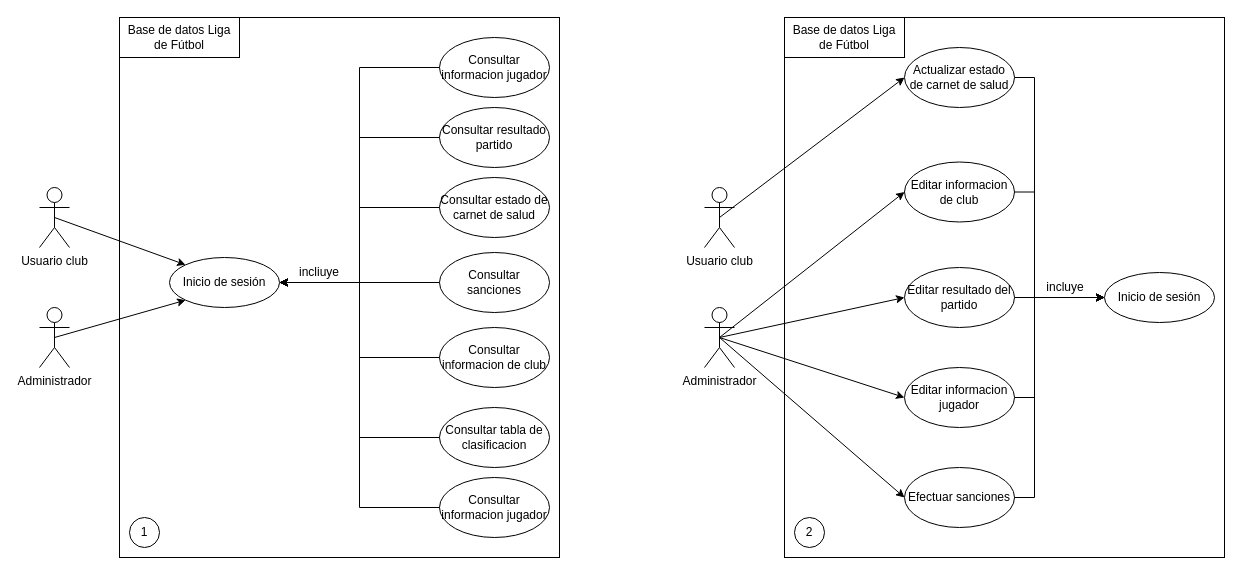
N1koqz/ANS-Solutions keeps this draw.io diagram as Sitio web/Casos de uso.drawio. Above is the earlier version. Source tidied: cells renumbered, new cells numbered last; positions are measured from the earlier drawing's top-left corner, leaving out a move shared by most shapes. Both pictures are drawn from the tidied source at 100%, with x=0, y=0 at pixel (39, 17).
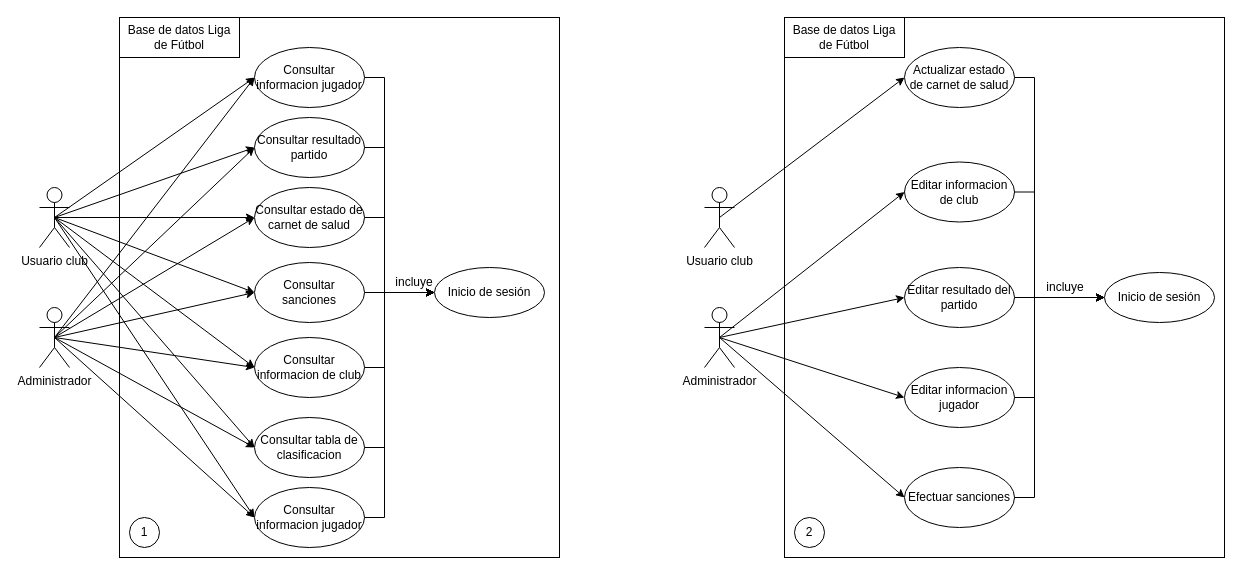
The same diagram, later.

The change refers to these unchanged cells:
```xml
<mxCell id="4" value="Usuario club" style="shape=umlActor;verticalLabelPosition=bottom;verticalAlign=top;html=1;outlineConnect=0;" parent="1" vertex="1">
  <mxGeometry y="170" width="30" height="60" as="geometry" />
</mxCell>
<mxCell id="6" value="Administrador" style="shape=umlActor;verticalLabelPosition=bottom;verticalAlign=top;html=1;outlineConnect=0;" parent="1" vertex="1">
  <mxGeometry y="290" width="30" height="60" as="geometry" />
</mxCell>
```

Change to the diagram source:
```diff
@@
-    <mxCell id="3" style="rounded=0;jettySize=auto;html=1;exitX=0.5;exitY=0.5;exitDx=0;exitDy=0;exitPerimeter=0;entryX=0;entryY=0;entryDx=0;entryDy=0;" parent="1" edge="1" source="4" target="7">
-      <mxGeometry relative="1" as="geometry" />
-    </mxCell>
+    <mxCell id="47" style="rounded=0;jettySize=auto;html=1;exitX=0.5;exitY=0.5;exitDx=0;exitDy=0;exitPerimeter=0;entryX=0;entryY=0.5;entryDx=0;entryDy=0;" parent="1" edge="1" source="4" target="11">
+      <mxGeometry relative="1" as="geometry" />
+    </mxCell>
+    <mxCell id="48" style="rounded=0;jettySize=auto;html=1;exitX=0.5;exitY=0.5;exitDx=0;exitDy=0;exitPerimeter=0;entryX=0;entryY=0.5;entryDx=0;entryDy=0;" parent="1" edge="1" source="4" target="21">
+      <mxGeometry relative="1" as="geometry" />
+    </mxCell>
+    <mxCell id="49" style="rounded=0;jettySize=auto;html=1;exitX=0.5;exitY=0.5;exitDx=0;exitDy=0;exitPerimeter=0;entryX=0;entryY=0.5;entryDx=0;entryDy=0;" parent="1" edge="1" source="4" target="17">
+      <mxGeometry relative="1" as="geometry" />
+    </mxCell>
+    <mxCell id="50" style="rounded=0;jettySize=auto;html=1;exitX=0.5;exitY=0.5;exitDx=0;exitDy=0;exitPerimeter=0;entryX=0;entryY=0.5;entryDx=0;entryDy=0;" parent="1" edge="1" source="4" target="15">
+      <mxGeometry relative="1" as="geometry" />
+    </mxCell>
+    <mxCell id="51" style="rounded=0;jettySize=auto;html=1;exitX=0.5;exitY=0.5;exitDx=0;exitDy=0;exitPerimeter=0;entryX=0;entryY=0.5;entryDx=0;entryDy=0;" parent="1" edge="1" source="4" target="9">
+      <mxGeometry relative="1" as="geometry" />
+    </mxCell>
+    <mxCell id="52" style="rounded=0;jettySize=auto;html=1;exitX=0.5;exitY=0.5;exitDx=0;exitDy=0;exitPerimeter=0;entryX=0;entryY=0.5;entryDx=0;entryDy=0;" parent="1" edge="1" source="4" target="19">
+      <mxGeometry relative="1" as="geometry" />
+    </mxCell>
+    <mxCell id="53" style="rounded=0;jettySize=auto;html=1;exitX=0.5;exitY=0.5;exitDx=0;exitDy=0;exitPerimeter=0;entryX=0;entryY=0.5;entryDx=0;entryDy=0;" parent="1" edge="1" source="4" target="13">
+      <mxGeometry relative="1" as="geometry" />
+    </mxCell>
@@
-    <mxCell id="5" style="rounded=0;jettySize=auto;html=1;exitX=0.5;exitY=0.5;exitDx=0;exitDy=0;exitPerimeter=0;entryX=0;entryY=1;entryDx=0;entryDy=0;" parent="1" edge="1" source="6" target="7">
-      <mxGeometry relative="1" as="geometry" />
-    </mxCell>
+    <mxCell id="54" style="rounded=0;jettySize=auto;html=1;exitX=0.5;exitY=0.5;exitDx=0;exitDy=0;exitPerimeter=0;entryX=0;entryY=0.5;entryDx=0;entryDy=0;" parent="1" edge="1" source="6" target="11">
+      <mxGeometry relative="1" as="geometry" />
+    </mxCell>
+    <mxCell id="55" style="rounded=0;jettySize=auto;html=1;exitX=0.5;exitY=0.5;exitDx=0;exitDy=0;exitPerimeter=0;entryX=0;entryY=0.5;entryDx=0;entryDy=0;" parent="1" edge="1" source="6" target="21">
+      <mxGeometry relative="1" as="geometry" />
+    </mxCell>
+    <mxCell id="56" style="rounded=0;jettySize=auto;html=1;exitX=0.5;exitY=0.5;exitDx=0;exitDy=0;exitPerimeter=0;entryX=0;entryY=0.5;entryDx=0;entryDy=0;" parent="1" edge="1" source="6" target="17">
+      <mxGeometry relative="1" as="geometry" />
+    </mxCell>
+    <mxCell id="57" style="rounded=0;jettySize=auto;html=1;exitX=0.5;exitY=0.5;exitDx=0;exitDy=0;exitPerimeter=0;entryX=0;entryY=0.5;entryDx=0;entryDy=0;" parent="1" edge="1" source="6" target="15">
+      <mxGeometry relative="1" as="geometry" />
+    </mxCell>
+    <mxCell id="58" style="rounded=0;jettySize=auto;html=1;exitX=0.5;exitY=0.5;exitDx=0;exitDy=0;exitPerimeter=0;entryX=0;entryY=0.5;entryDx=0;entryDy=0;" parent="1" edge="1" source="6" target="9">
+      <mxGeometry relative="1" as="geometry" />
+    </mxCell>
+    <mxCell id="59" style="rounded=0;jettySize=auto;html=1;exitX=0.5;exitY=0.5;exitDx=0;exitDy=0;exitPerimeter=0;entryX=0;entryY=0.5;entryDx=0;entryDy=0;" parent="1" edge="1" source="6" target="19">
+      <mxGeometry relative="1" as="geometry" />
+    </mxCell>
+    <mxCell id="60" style="rounded=0;jettySize=auto;html=1;exitX=0.5;exitY=0.5;exitDx=0;exitDy=0;exitPerimeter=0;entryX=0;entryY=0.5;entryDx=0;entryDy=0;" parent="1" edge="1" source="6" target="13">
+      <mxGeometry relative="1" as="geometry" />
+    </mxCell>
@@
     <mxCell id="7" value="Inicio de sesión" style="ellipse;whiteSpace=wrap;html=1;fillColor=none;" parent="1" vertex="1">
-      <mxGeometry x="130" y="240" width="110" height="50" as="geometry" />
+      <mxGeometry x="395" y="250" width="110" height="50" as="geometry" />
     </mxCell>
-    <mxCell id="8" style="edgeStyle=orthogonalEdgeStyle;rounded=0;jettySize=auto;html=1;exitX=0;exitY=0.5;exitDx=0;exitDy=0;entryX=1;entryY=0.5;entryDx=0;entryDy=0;" parent="1" edge="1" source="9" target="7">
-      <mxGeometry relative="1" as="geometry" />
+    <mxCell id="8" style="edgeStyle=orthogonalEdgeStyle;rounded=0;jettySize=auto;html=1;exitX=1;exitY=0.5;exitDx=0;exitDy=0;entryX=0;entryY=0.5;entryDx=0;entryDy=0;" parent="1" edge="1" source="9" target="7">
+      <mxGeometry relative="1" as="geometry">
+        <Array as="points">
+          <mxPoint x="345" y="350" />
+          <mxPoint x="345" y="275" />
+        </Array>
+      </mxGeometry>
     </mxCell>
     <mxCell id="9" value="Consultar informacion de club" style="ellipse;whiteSpace=wrap;html=1;fillColor=none;" parent="1" vertex="1">
-      <mxGeometry x="400" y="310" width="110" height="60" as="geometry" />
+      <mxGeometry x="215" y="320" width="110" height="60" as="geometry" />
     </mxCell>
-    <mxCell id="10" style="edgeStyle=orthogonalEdgeStyle;rounded=0;jettySize=auto;html=1;exitX=0;exitY=0.5;exitDx=0;exitDy=0;entryX=1;entryY=0.5;entryDx=0;entryDy=0;" parent="1" edge="1" source="11" target="7">
-      <mxGeometry relative="1" as="geometry" />
+    <mxCell id="10" style="edgeStyle=orthogonalEdgeStyle;rounded=0;jettySize=auto;html=1;exitX=1;exitY=0.5;exitDx=0;exitDy=0;entryX=0;entryY=0.5;entryDx=0;entryDy=0;" parent="1" edge="1" source="11" target="7">
+      <mxGeometry relative="1" as="geometry">
+        <Array as="points">
+          <mxPoint x="345" y="60" />
+          <mxPoint x="345" y="275" />
+        </Array>
+      </mxGeometry>
     </mxCell>
     <mxCell id="11" value="Consultar informacion jugador" style="ellipse;whiteSpace=wrap;html=1;fillColor=none;" parent="1" vertex="1">
-      <mxGeometry x="400" y="20" width="110" height="60" as="geometry" />
+      <mxGeometry x="215" y="30" width="110" height="60" as="geometry" />
     </mxCell>
-    <mxCell id="12" style="edgeStyle=orthogonalEdgeStyle;rounded=0;jettySize=auto;html=1;exitX=0;exitY=0.5;exitDx=0;exitDy=0;entryX=1;entryY=0.5;entryDx=0;entryDy=0;" parent="1" edge="1" source="13" target="7">
-      <mxGeometry relative="1" as="geometry" />
+    <mxCell id="12" style="edgeStyle=orthogonalEdgeStyle;rounded=0;jettySize=auto;html=1;exitX=1;exitY=0.5;exitDx=0;exitDy=0;entryX=0;entryY=0.5;entryDx=0;entryDy=0;" parent="1" edge="1" source="13" target="7">
+      <mxGeometry relative="1" as="geometry">
+        <Array as="points">
+          <mxPoint x="345" y="500" />
+          <mxPoint x="345" y="275" />
+        </Array>
+      </mxGeometry>
     </mxCell>
     <mxCell id="13" value="Consultar informacion jugador" style="ellipse;whiteSpace=wrap;html=1;fillColor=none;" parent="1" vertex="1">
-      <mxGeometry x="400" y="460" width="110" height="60" as="geometry" />
+      <mxGeometry x="215" y="470" width="110" height="60" as="geometry" />
     </mxCell>
-    <mxCell id="14" style="edgeStyle=orthogonalEdgeStyle;rounded=0;jettySize=auto;html=1;exitX=0;exitY=0.5;exitDx=0;exitDy=0;entryX=1;entryY=0.5;entryDx=0;entryDy=0;" parent="1" edge="1" source="15" target="7">
+    <mxCell id="14" style="edgeStyle=orthogonalEdgeStyle;rounded=0;jettySize=auto;html=1;exitX=1;exitY=0.5;exitDx=0;exitDy=0;entryX=0;entryY=0.5;entryDx=0;entryDy=0;" parent="1" edge="1" source="15" target="7">
       <mxGeometry relative="1" as="geometry" />
     </mxCell>
     <mxCell id="15" value="Consultar sanciones" style="ellipse;whiteSpace=wrap;html=1;fillColor=none;" parent="1" vertex="1">
-      <mxGeometry x="400" y="235" width="110" height="60" as="geometry" />
+      <mxGeometry x="215" y="245" width="110" height="60" as="geometry" />
     </mxCell>
-    <mxCell id="16" style="edgeStyle=orthogonalEdgeStyle;rounded=0;jettySize=auto;html=1;exitX=0;exitY=0.5;exitDx=0;exitDy=0;entryX=1;entryY=0.5;entryDx=0;entryDy=0;" parent="1" edge="1" source="17" target="7">
-      <mxGeometry relative="1" as="geometry" />
+    <mxCell id="16" style="edgeStyle=orthogonalEdgeStyle;rounded=0;jettySize=auto;html=1;exitX=1;exitY=0.5;exitDx=0;exitDy=0;entryX=0;entryY=0.5;entryDx=0;entryDy=0;" parent="1" edge="1" source="17" target="7">
+      <mxGeometry relative="1" as="geometry">
+        <Array as="points">
+          <mxPoint x="345" y="200" />
+          <mxPoint x="345" y="275" />
+        </Array>
+      </mxGeometry>
     </mxCell>
     <mxCell id="17" value="Consultar estado de carnet de salud" style="ellipse;whiteSpace=wrap;html=1;fillColor=none;" parent="1" vertex="1">
-      <mxGeometry x="400" y="160" width="110" height="60" as="geometry" />
+      <mxGeometry x="215" y="170" width="110" height="60" as="geometry" />
     </mxCell>
-    <mxCell id="18" style="edgeStyle=orthogonalEdgeStyle;rounded=0;jettySize=auto;html=1;exitX=0;exitY=0.5;exitDx=0;exitDy=0;entryX=1;entryY=0.5;entryDx=0;entryDy=0;" parent="1" edge="1" source="19" target="7">
-      <mxGeometry relative="1" as="geometry" />
+    <mxCell id="18" style="edgeStyle=orthogonalEdgeStyle;rounded=0;jettySize=auto;html=1;exitX=1;exitY=0.5;exitDx=0;exitDy=0;entryX=0;entryY=0.5;entryDx=0;entryDy=0;" parent="1" edge="1" source="19" target="7">
+      <mxGeometry relative="1" as="geometry">
+        <Array as="points">
+          <mxPoint x="345" y="430" />
+          <mxPoint x="345" y="275" />
+        </Array>
+      </mxGeometry>
     </mxCell>
     <mxCell id="19" value="Consultar tabla de clasificacion" style="ellipse;whiteSpace=wrap;html=1;fillColor=none;" parent="1" vertex="1">
-      <mxGeometry x="400" y="390" width="110" height="60" as="geometry" />
+      <mxGeometry x="215" y="400" width="110" height="60" as="geometry" />
     </mxCell>
-    <mxCell id="20" style="edgeStyle=orthogonalEdgeStyle;rounded=0;jettySize=auto;html=1;exitX=0;exitY=0.5;exitDx=0;exitDy=0;entryX=1;entryY=0.5;entryDx=0;entryDy=0;" parent="1" edge="1" source="21" target="7">
-      <mxGeometry relative="1" as="geometry" />
+    <mxCell id="20" style="edgeStyle=orthogonalEdgeStyle;rounded=0;jettySize=auto;html=1;exitX=1;exitY=0.5;exitDx=0;exitDy=0;entryX=0;entryY=0.5;entryDx=0;entryDy=0;" parent="1" edge="1" source="21" target="7">
+      <mxGeometry relative="1" as="geometry">
+        <Array as="points">
+          <mxPoint x="345" y="130" />
+          <mxPoint x="345" y="275" />
+        </Array>
+      </mxGeometry>
     </mxCell>
     <mxCell id="21" value="Consultar resultado partido" style="ellipse;whiteSpace=wrap;html=1;fillColor=none;" parent="1" vertex="1">
-      <mxGeometry x="400" y="90" width="110" height="60" as="geometry" />
+      <mxGeometry x="215" y="100" width="110" height="60" as="geometry" />
     </mxCell>
@@
-    <mxCell id="23" value="incliuye" style="text;html=1;whiteSpace=wrap;strokeColor=none;fillColor=none;align=center;verticalAlign=middle;rounded=0;" parent="1" vertex="1">
-      <mxGeometry x="250" y="240" width="60" height="30" as="geometry" />
-    </mxCell>
@@
+    <mxCell id="61" value="incluye" style="text;html=1;whiteSpace=wrap;strokeColor=none;fillColor=none;align=center;verticalAlign=middle;rounded=0;" parent="1" vertex="1">
+      <mxGeometry x="345" y="250" width="60" height="30" as="geometry" />
+    </mxCell>
```
